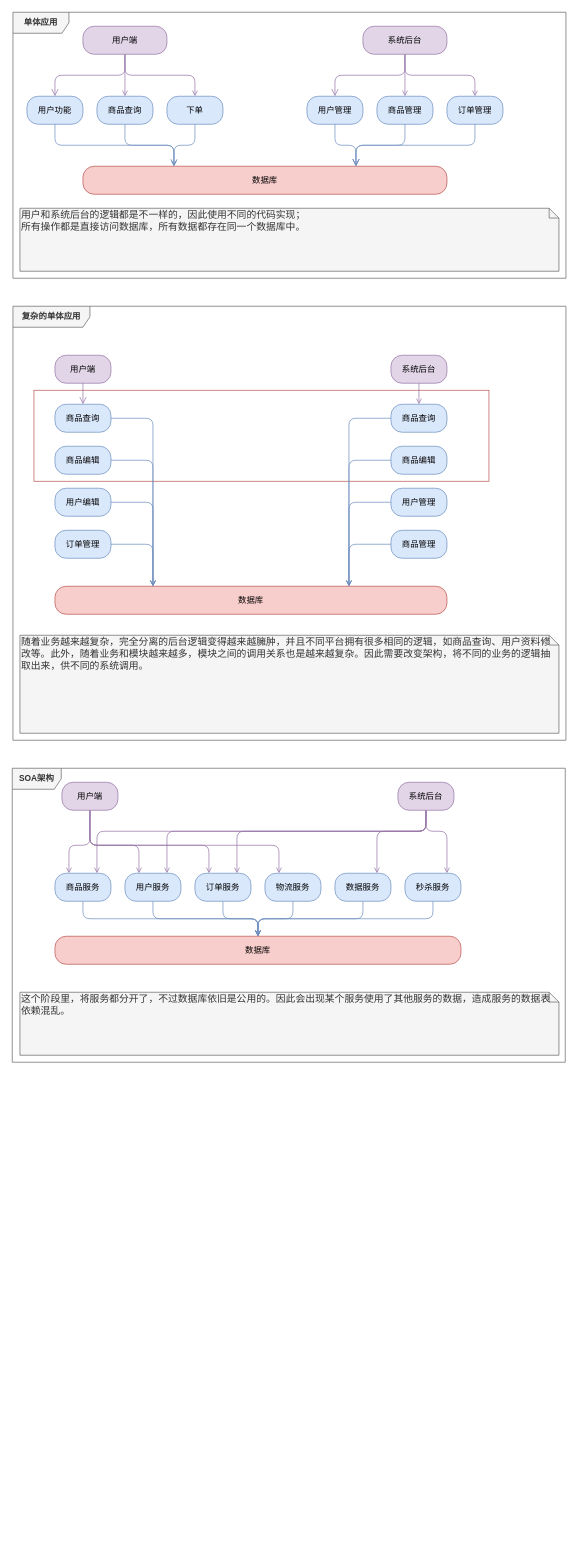
Earlier version of the draw.io diagram page "微服务架构演变" (2 of 2) of tyz-流程图.drawio (Woobhurk/tyz-pic-repo). Source tidied: cells renumbered, new cells numbered last; positions are measured from the earlier drawing's top-left corner, leaving out a move shared by most shapes. Both pictures are drawn from the tidied source at 70%, with x=0, y=0 at pixel (12, 12).
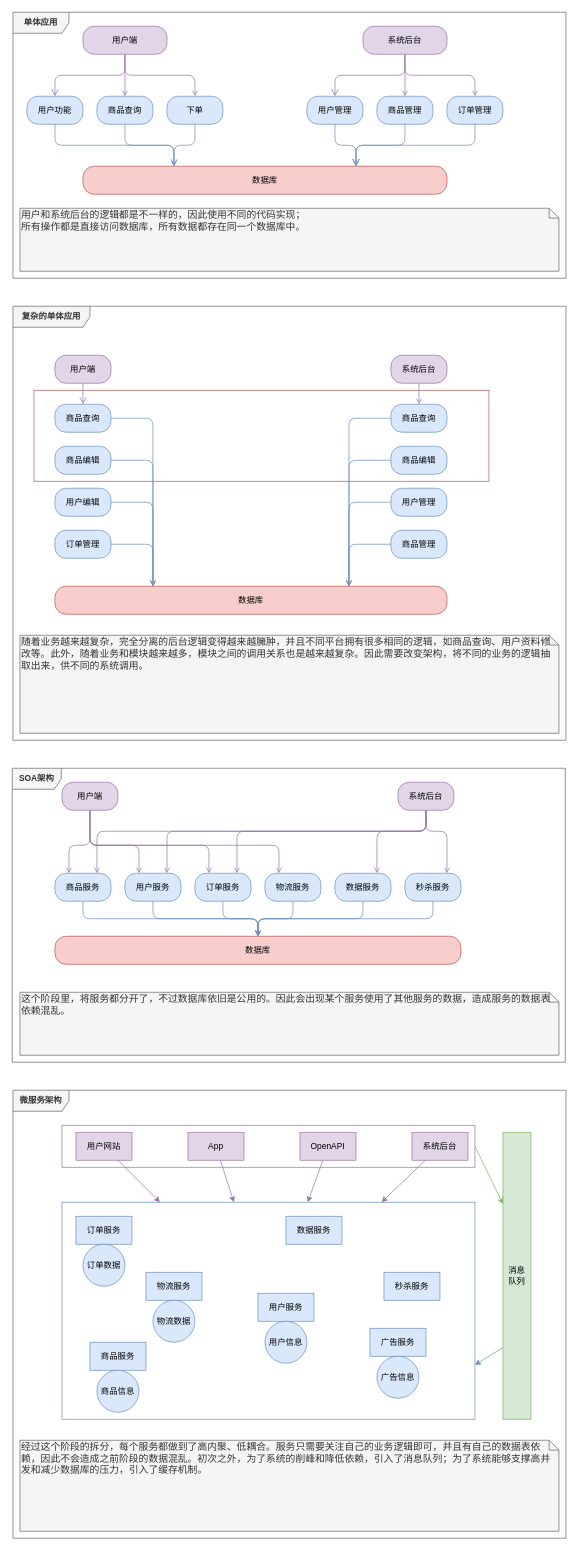
The same diagram, later.

The edit, as a diff of the source:
```diff
@@
+    <mxCell id="75" style="rounded=0;whiteSpace=wrap;html=1;fillColor=none;fontSize=12;strokeColor=#9673a6;" parent="1" vertex="1">
+      <mxGeometry x="71" y="1590" width="590" height="60" as="geometry" />
+    </mxCell>
+    <mxCell id="76" style="rounded=0;whiteSpace=wrap;html=1;fillColor=none;fontSize=12;strokeColor=#6c8ebf;" parent="1" vertex="1">
+      <mxGeometry x="71" y="1700" width="590" height="310" as="geometry" />
+    </mxCell>
@@
+    <mxCell id="77" value="用户网站" style="rounded=0;whiteSpace=wrap;html=1;fillColor=#e1d5e7;fontSize=12;strokeColor=#9673a6;" parent="1" vertex="1">
+      <mxGeometry x="91" y="1600" width="80" height="40" as="geometry" />
+    </mxCell>
+    <mxCell id="78" value="系统后台" style="rounded=0;whiteSpace=wrap;html=1;fillColor=#e1d5e7;fontSize=12;strokeColor=#9673a6;" parent="1" vertex="1">
+      <mxGeometry x="571" y="1600" width="80" height="40" as="geometry" />
+    </mxCell>
+    <mxCell id="79" value="OpenAPI" style="rounded=0;whiteSpace=wrap;html=1;fillColor=#e1d5e7;fontSize=12;strokeColor=#9673a6;" parent="1" vertex="1">
+      <mxGeometry x="411" y="1600" width="80" height="40" as="geometry" />
+    </mxCell>
+    <mxCell id="80" value="App" style="rounded=0;whiteSpace=wrap;html=1;fillColor=#e1d5e7;fontSize=12;strokeColor=#9673a6;" parent="1" vertex="1">
+      <mxGeometry x="251" y="1600" width="80" height="40" as="geometry" />
+    </mxCell>
+    <mxCell id="81" value="订单服务" style="rounded=0;whiteSpace=wrap;html=1;fillColor=#dae8fc;fontSize=12;strokeColor=#6c8ebf;" parent="1" vertex="1">
+      <mxGeometry x="91" y="1720" width="80" height="40" as="geometry" />
+    </mxCell>
+    <mxCell id="82" value="物流服务" style="rounded=0;whiteSpace=wrap;html=1;fillColor=#dae8fc;fontSize=12;strokeColor=#6c8ebf;" parent="1" vertex="1">
+      <mxGeometry x="191" y="1800" width="80" height="40" as="geometry" />
+    </mxCell>
+    <mxCell id="83" value="用户服务" style="rounded=0;whiteSpace=wrap;html=1;fillColor=#dae8fc;fontSize=12;strokeColor=#6c8ebf;" parent="1" vertex="1">
+      <mxGeometry x="351" y="1830" width="80" height="40" as="geometry" />
+    </mxCell>
+    <mxCell id="84" value="商品服务" style="rounded=0;whiteSpace=wrap;html=1;fillColor=#dae8fc;fontSize=12;strokeColor=#6c8ebf;" parent="1" vertex="1">
+      <mxGeometry x="111" y="1900" width="80" height="40" as="geometry" />
+    </mxCell>
+    <mxCell id="85" value="广告服务" style="rounded=0;whiteSpace=wrap;html=1;fillColor=#dae8fc;fontSize=12;strokeColor=#6c8ebf;" parent="1" vertex="1">
+      <mxGeometry x="511" y="1880" width="80" height="40" as="geometry" />
+    </mxCell>
+    <mxCell id="86" value="秒杀服务" style="rounded=0;whiteSpace=wrap;html=1;fillColor=#dae8fc;fontSize=12;strokeColor=#6c8ebf;" parent="1" vertex="1">
+      <mxGeometry x="531" y="1800" width="80" height="40" as="geometry" />
+    </mxCell>
+    <mxCell id="87" value="数据服务" style="rounded=0;whiteSpace=wrap;html=1;fillColor=#dae8fc;fontSize=12;strokeColor=#6c8ebf;" parent="1" vertex="1">
+      <mxGeometry x="391" y="1720" width="80" height="40" as="geometry" />
+    </mxCell>
+    <mxCell id="88" style="endArrow=classic;html=1;fontSize=12;fillColor=#e1d5e7;strokeColor=#9673a6;" parent="1" edge="1" source="77" target="76">
+      <mxGeometry relative="1" as="geometry" />
+    </mxCell>
+    <mxCell id="89" style="endArrow=classic;html=1;fontSize=12;fillColor=#e1d5e7;strokeColor=#9673a6;" parent="1" edge="1" source="80" target="76">
+      <mxGeometry relative="1" as="geometry" />
+    </mxCell>
+    <mxCell id="90" style="endArrow=classic;html=1;fontSize=12;fillColor=#e1d5e7;strokeColor=#9673a6;" parent="1" edge="1" source="79" target="76">
+      <mxGeometry relative="1" as="geometry" />
+    </mxCell>
+    <mxCell id="91" style="endArrow=classic;html=1;fontSize=12;fillColor=#e1d5e7;strokeColor=#9673a6;" parent="1" edge="1" source="78" target="76">
+      <mxGeometry relative="1" as="geometry" />
+    </mxCell>
+    <mxCell id="92" value="订单数据" style="ellipse;whiteSpace=wrap;html=1;fillColor=#dae8fc;fontSize=12;strokeColor=#6c8ebf;" parent="1" vertex="1">
+      <mxGeometry x="101" y="1760" width="60" height="60" as="geometry" />
+    </mxCell>
+    <mxCell id="93" value="物流数据" style="ellipse;whiteSpace=wrap;html=1;fillColor=#dae8fc;fontSize=12;strokeColor=#6c8ebf;" parent="1" vertex="1">
+      <mxGeometry x="201" y="1840" width="60" height="60" as="geometry" />
+    </mxCell>
+    <mxCell id="94" value="用户信息" style="ellipse;whiteSpace=wrap;html=1;fillColor=#dae8fc;fontSize=12;strokeColor=#6c8ebf;" parent="1" vertex="1">
+      <mxGeometry x="361" y="1870" width="60" height="60" as="geometry" />
+    </mxCell>
+    <mxCell id="95" value="商品信息" style="ellipse;whiteSpace=wrap;html=1;fillColor=#dae8fc;fontSize=12;strokeColor=#6c8ebf;" parent="1" vertex="1">
+      <mxGeometry x="121" y="1940" width="60" height="60" as="geometry" />
+    </mxCell>
+    <mxCell id="96" value="广告信息" style="ellipse;whiteSpace=wrap;html=1;fillColor=#dae8fc;fontSize=12;strokeColor=#6c8ebf;" parent="1" vertex="1">
+      <mxGeometry x="521" y="1920" width="60" height="60" as="geometry" />
+    </mxCell>
+    <mxCell id="97" value="消息&lt;br&gt;队列" style="rounded=0;whiteSpace=wrap;html=1;fillColor=#d5e8d4;fontSize=12;strokeColor=#82b366;" parent="1" vertex="1">
+      <mxGeometry x="701" y="1600" width="40" height="410" as="geometry" />
+    </mxCell>
+    <mxCell id="98" style="endArrow=classic;html=1;fontSize=12;fillColor=#d5e8d4;strokeColor=#82b366;exitX=1;exitY=0.5;exitDx=0;exitDy=0;entryX=0;entryY=0.25;entryDx=0;entryDy=0;" parent="1" edge="1" source="75" target="97">
+      <mxGeometry relative="1" as="geometry" />
+    </mxCell>
+    <mxCell id="99" style="endArrow=classic;html=1;fontSize=12;fillColor=#dae8fc;strokeColor=#6c8ebf;entryX=1;entryY=0.75;entryDx=0;entryDy=0;exitX=0;exitY=0.75;exitDx=0;exitDy=0;" parent="1" edge="1" source="97" target="76">
+      <mxGeometry relative="1" as="geometry" />
+    </mxCell>
+    <mxCell id="100" value="微服务架构" style="shape=umlFrame;whiteSpace=wrap;html=1;fillColor=#f5f5f5;fontSize=12;strokeColor=#666666;fontColor=#333333;fontStyle=1;width=80;height=30;" parent="1" vertex="1">
+      <mxGeometry x="1" y="1540" width="790" height="640" as="geometry" />
+    </mxCell>
+    <mxCell id="101" value="经过这个阶段的拆分，每个服务都做到了高内聚、低耦合。服务只需要关注自己的业务逻辑即可，并且有自己的数据表依赖，因此不会造成之前阶段的数据混乱。初次之外，为了系统的削峰和降低依赖，引入了消息队列；为了系统能够支撑高并发和减少数据库的压力，引入了缓存机制。" style="shape=note;whiteSpace=wrap;html=1;size=14;verticalAlign=top;align=left;spacingTop=-6;fillColor=#f5f5f5;fontSize=14;strokeColor=#666666;fontColor=#333333;" parent="1" vertex="1">
+      <mxGeometry x="11" y="2040" width="770" height="130" as="geometry" />
+    </mxCell>
```
